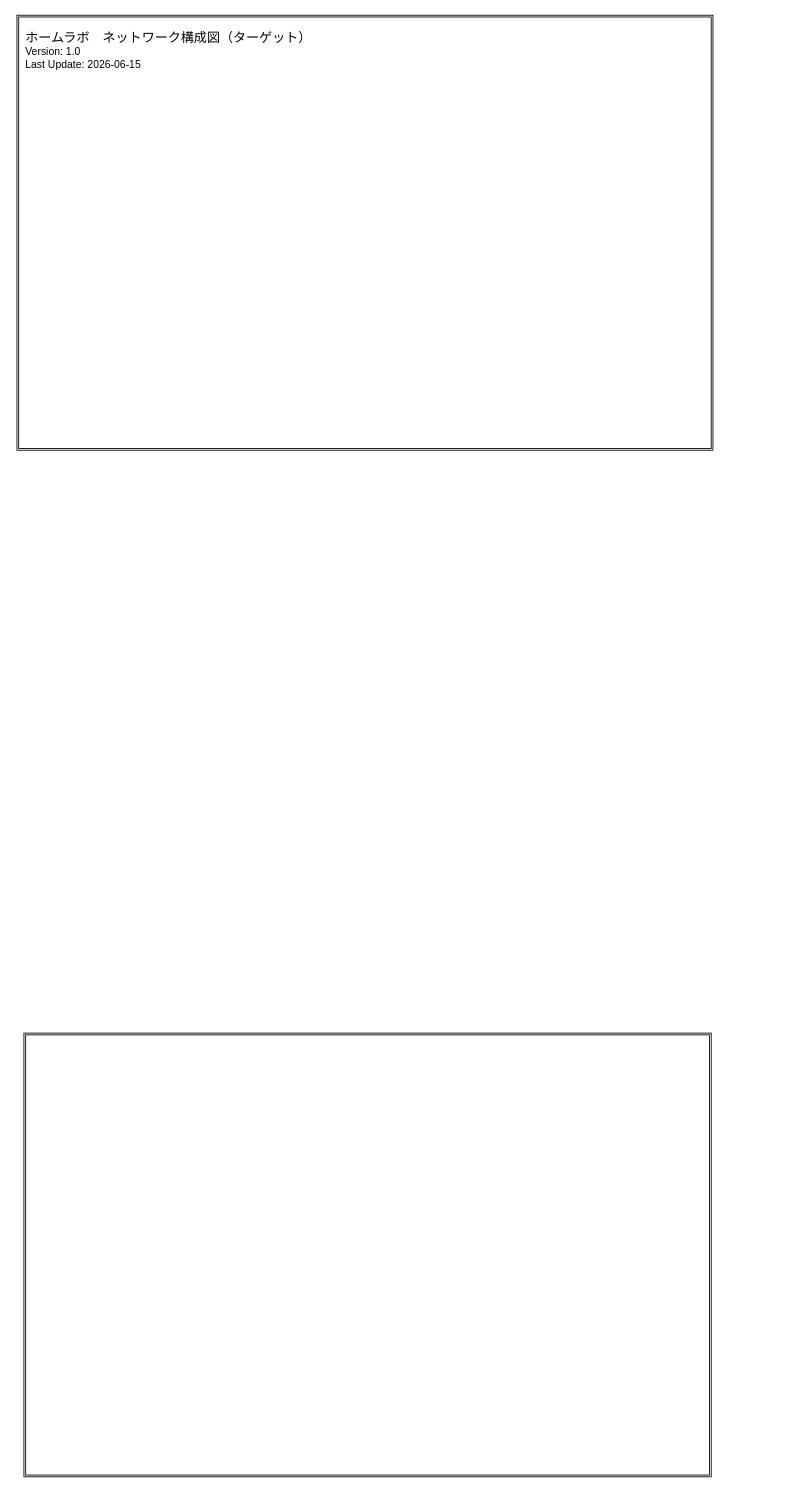
Earlier version of the draw.io diagram target-network.drawio (tkt0528/homelab). Source tidied: cells renumbered, new cells numbered last; positions are measured from the earlier drawing's top-left corner, leaving out a move shared by most shapes. Both pictures are drawn from the tidied source at 87%, with x=0, y=0 at pixel (17, 15).
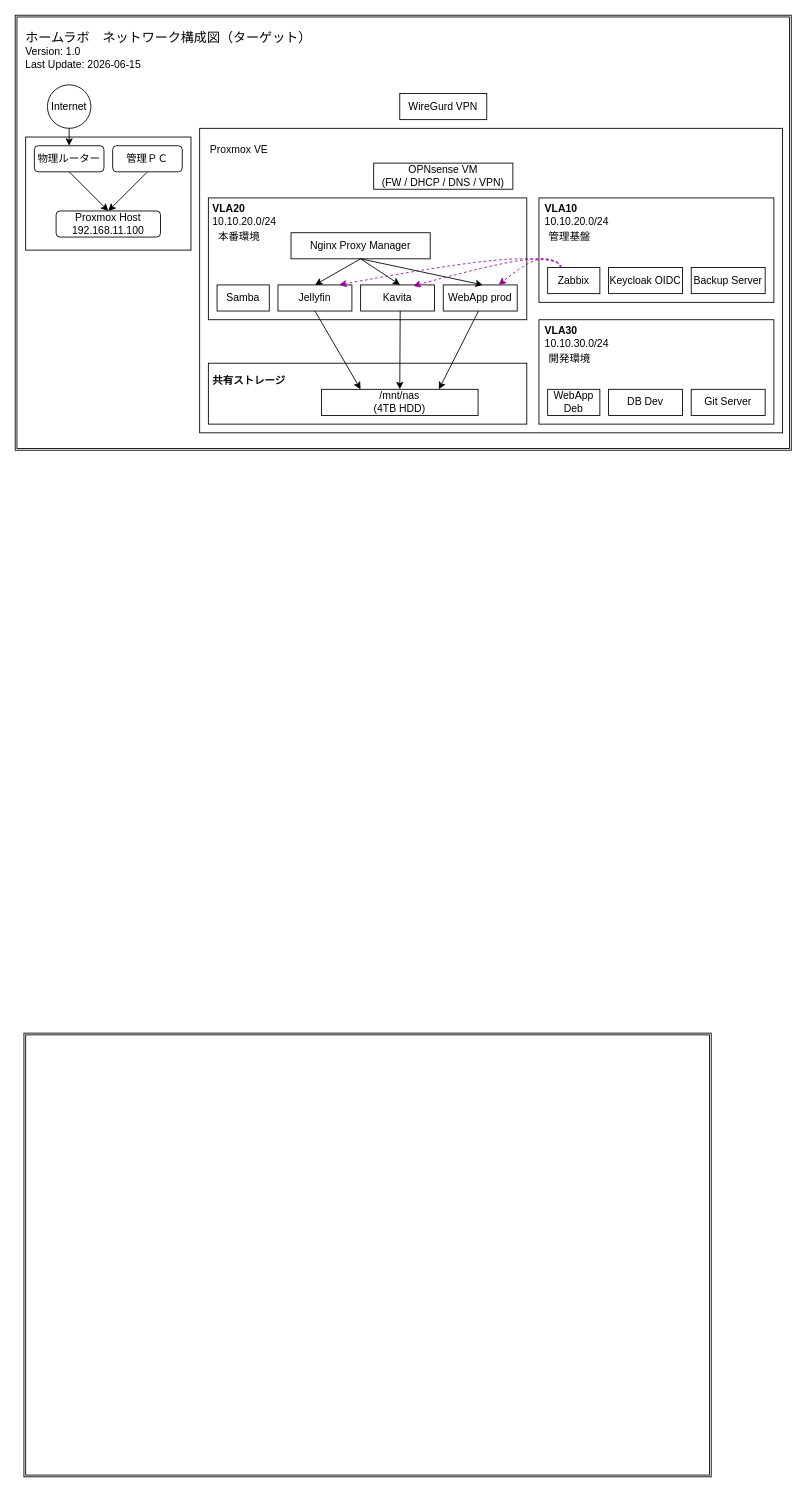
Above is the later version.

Commit message:
Add target network diagrams

The edit, as a diff of the source:
```diff
@@
     <mxCell id="2" style="shape=ext;double=1;rounded=0;whiteSpace=wrap;html=1;" parent="1" vertex="1">
-      <mxGeometry width="800" height="500" as="geometry" />
+      <mxGeometry x="-2" width="892" height="500" as="geometry" />
     </mxCell>
@@
+    <mxCell id="5" value="Internet" style="ellipse;whiteSpace=wrap;html=1;" parent="1" vertex="1">
+      <mxGeometry x="35" y="80" width="50" height="50" as="geometry" />
+    </mxCell>
+    <mxCell id="6" style="rounded=0;whiteSpace=wrap;html=1;" parent="1" vertex="1">
+      <mxGeometry x="10" y="140" width="190" height="130" as="geometry" />
+    </mxCell>
+    <mxCell id="7" value="物理ルーター" style="rounded=1;whiteSpace=wrap;html=1;" parent="1" vertex="1">
+      <mxGeometry x="20" y="150" width="80" height="30" as="geometry" />
+    </mxCell>
+    <mxCell id="8" value="管理ＰＣ" style="rounded=1;whiteSpace=wrap;html=1;" parent="1" vertex="1">
+      <mxGeometry x="110" y="150" width="80" height="30" as="geometry" />
+    </mxCell>
+    <mxCell id="9" value="Proxmox Host&lt;div&gt;192.168.11.100&lt;/div&gt;" style="rounded=1;whiteSpace=wrap;html=1;" parent="1" vertex="1">
+      <mxGeometry x="45" y="225" width="120" height="30" as="geometry" />
+    </mxCell>
+    <mxCell id="10" style="endArrow=classic;html=1;exitX=0.5;exitY=1;exitDx=0;exitDy=0;entryX=0.5;entryY=0;entryDx=0;entryDy=0;" parent="1" edge="1" source="5" target="7">
+      <mxGeometry relative="1" as="geometry" />
+    </mxCell>
+    <mxCell id="11" style="endArrow=classic;html=1;exitX=0.5;exitY=1;exitDx=0;exitDy=0;entryX=0.5;entryY=0;entryDx=0;entryDy=0;" parent="1" edge="1" target="9">
+      <mxGeometry relative="1" as="geometry">
+        <mxPoint x="60" y="180" as="sourcePoint" />
+      </mxGeometry>
+    </mxCell>
+    <mxCell id="12" style="endArrow=classic;html=1;exitX=0.5;exitY=1;exitDx=0;exitDy=0;entryX=0.5;entryY=0;entryDx=0;entryDy=0;" parent="1" edge="1" target="9">
+      <mxGeometry relative="1" as="geometry">
+        <mxPoint x="150" y="180" as="sourcePoint" />
+      </mxGeometry>
+    </mxCell>
+    <mxCell id="13" style="rounded=0;whiteSpace=wrap;html=1;" parent="1" vertex="1">
+      <mxGeometry x="210" y="130" width="670" height="350" as="geometry" />
+    </mxCell>
+    <mxCell id="14" value="WireGurd VPN" style="rounded=0;whiteSpace=wrap;html=1;" parent="1" vertex="1">
+      <mxGeometry x="440" y="90" width="100" height="30" as="geometry" />
+    </mxCell>
+    <mxCell id="15" value="Proxmox VE" style="text;html=1;align=center;verticalAlign=middle;strokeColor=none;fillColor=none;" parent="1" vertex="1">
+      <mxGeometry x="210" y="140" width="90" height="30" as="geometry" />
+    </mxCell>
+    <mxCell id="16" value="OPNsense VM&lt;div&gt;(FW / DHCP / DNS / VPN)&lt;/div&gt;" style="rounded=0;whiteSpace=wrap;html=1;" parent="1" vertex="1">
+      <mxGeometry x="410" y="170" width="160" height="30" as="geometry" />
+    </mxCell>
+    <mxCell id="17" style="rounded=0;whiteSpace=wrap;html=1;" parent="1" vertex="1">
+      <mxGeometry x="220" y="210" width="366" height="140" as="geometry" />
+    </mxCell>
+    <mxCell id="18" value="&lt;b&gt;VLA20&lt;/b&gt;&amp;nbsp;&lt;div&gt;10.10.20.0/24&lt;/div&gt;" style="text;html=1;align=left;verticalAlign=middle;strokeColor=none;fillColor=none;" parent="1" vertex="1">
+      <mxGeometry x="223" y="210" width="100" height="40" as="geometry" />
+    </mxCell>
+    <mxCell id="19" style="rounded=0;whiteSpace=wrap;html=1;" parent="1" vertex="1">
+      <mxGeometry x="600" y="210" width="270" height="120" as="geometry" />
+    </mxCell>
+    <mxCell id="20" value="&lt;b&gt;VLA10&lt;/b&gt;&lt;div&gt;10.10.20.0/24&lt;/div&gt;" style="text;html=1;align=left;verticalAlign=middle;strokeColor=none;fillColor=none;" parent="1" vertex="1">
+      <mxGeometry x="605" y="210" width="100" height="40" as="geometry" />
+    </mxCell>
+    <mxCell id="21" value="Nginx Proxy Manager" style="rounded=0;whiteSpace=wrap;html=1;" parent="1" vertex="1">
+      <mxGeometry x="315" y="250" width="160" height="30" as="geometry" />
+    </mxCell>
+    <mxCell id="22" value="WebApp prod" style="rounded=0;whiteSpace=wrap;html=1;" parent="1" vertex="1">
+      <mxGeometry x="490" y="310" width="85" height="30" as="geometry" />
+    </mxCell>
+    <mxCell id="23" value="Kavita" style="rounded=0;whiteSpace=wrap;html=1;" parent="1" vertex="1">
+      <mxGeometry x="395" y="310" width="85" height="30" as="geometry" />
+    </mxCell>
+    <mxCell id="24" value="Jellyfin" style="rounded=0;whiteSpace=wrap;html=1;" parent="1" vertex="1">
+      <mxGeometry x="300" y="310" width="85" height="30" as="geometry" />
+    </mxCell>
+    <mxCell id="25" value="Samba" style="rounded=0;whiteSpace=wrap;html=1;" parent="1" vertex="1">
+      <mxGeometry x="230" y="310" width="60" height="30" as="geometry" />
+    </mxCell>
+    <mxCell id="26" style="endArrow=classic;html=1;exitX=0.5;exitY=1;exitDx=0;exitDy=0;entryX=0.5;entryY=0;entryDx=0;entryDy=0;" parent="1" edge="1" source="21" target="24">
+      <mxGeometry relative="1" as="geometry" />
+    </mxCell>
+    <mxCell id="27" style="endArrow=classic;html=1;exitX=0.5;exitY=1;exitDx=0;exitDy=0;entryX=0.5;entryY=0;entryDx=0;entryDy=0;" parent="1" edge="1" source="21">
+      <mxGeometry relative="1" as="geometry">
+        <mxPoint x="440.5" y="310" as="targetPoint" />
+      </mxGeometry>
+    </mxCell>
+    <mxCell id="28" style="endArrow=classic;html=1;exitX=0.5;exitY=1;exitDx=0;exitDy=0;entryX=0.5;entryY=0;entryDx=0;entryDy=0;" parent="1" edge="1" source="21">
+      <mxGeometry relative="1" as="geometry">
+        <mxPoint x="535.5" y="310" as="targetPoint" />
+      </mxGeometry>
+    </mxCell>
+    <mxCell id="29" value="Zabbix" style="rounded=0;whiteSpace=wrap;html=1;" parent="1" vertex="1">
+      <mxGeometry x="610" y="290" width="60" height="30" as="geometry" />
+    </mxCell>
+    <mxCell id="30" value="Keycloak OIDC" style="rounded=0;whiteSpace=wrap;html=1;" parent="1" vertex="1">
+      <mxGeometry x="680" y="290" width="85" height="30" as="geometry" />
+    </mxCell>
+    <mxCell id="31" value="Backup Server" style="rounded=0;whiteSpace=wrap;html=1;" parent="1" vertex="1">
+      <mxGeometry x="775" y="290" width="85" height="30" as="geometry" />
+    </mxCell>
+    <mxCell id="32" value="本番環境" style="text;html=1;align=center;verticalAlign=middle;strokeColor=none;fillColor=none;" parent="1" vertex="1">
+      <mxGeometry x="220" y="240" width="70" height="30" as="geometry" />
+    </mxCell>
+    <mxCell id="33" value="管理基盤" style="text;html=1;align=center;verticalAlign=middle;strokeColor=none;fillColor=none;" parent="1" vertex="1">
+      <mxGeometry x="600" y="240" width="70" height="30" as="geometry" />
+    </mxCell>
+    <mxCell id="34" style="rounded=0;whiteSpace=wrap;html=1;" parent="1" vertex="1">
+      <mxGeometry x="600" y="350" width="270" height="120" as="geometry" />
+    </mxCell>
+    <mxCell id="35" value="&lt;b&gt;VLA30&lt;/b&gt;&lt;div&gt;10.10.30.0/24&lt;/div&gt;" style="text;html=1;align=left;verticalAlign=middle;strokeColor=none;fillColor=none;" parent="1" vertex="1">
+      <mxGeometry x="605" y="350" width="100" height="40" as="geometry" />
+    </mxCell>
+    <mxCell id="36" value="開発環境" style="text;html=1;align=center;verticalAlign=middle;strokeColor=none;fillColor=none;" parent="1" vertex="1">
+      <mxGeometry x="600" y="380" width="70" height="30" as="geometry" />
+    </mxCell>
+    <mxCell id="37" value="WebApp Deb" style="rounded=0;whiteSpace=wrap;html=1;" parent="1" vertex="1">
+      <mxGeometry x="610" y="430" width="60" height="30" as="geometry" />
+    </mxCell>
+    <mxCell id="38" value="DB Dev" style="rounded=0;whiteSpace=wrap;html=1;" parent="1" vertex="1">
+      <mxGeometry x="680" y="430" width="85" height="30" as="geometry" />
+    </mxCell>
+    <mxCell id="39" value="Git Server" style="rounded=0;whiteSpace=wrap;html=1;" parent="1" vertex="1">
+      <mxGeometry x="775" y="430" width="85" height="30" as="geometry" />
+    </mxCell>
+    <mxCell id="40" style="rounded=0;whiteSpace=wrap;html=1;" parent="1" vertex="1">
+      <mxGeometry x="220" y="400" width="366" height="70" as="geometry" />
+    </mxCell>
+    <mxCell id="41" value="&lt;b&gt;共有ストレージ&lt;/b&gt;" style="text;html=1;align=left;verticalAlign=middle;strokeColor=none;fillColor=none;" parent="1" vertex="1">
+      <mxGeometry x="223" y="405" width="110" height="30" as="geometry" />
+    </mxCell>
+    <mxCell id="42" value="/mnt/nas&lt;div&gt;(4TB HDD)&lt;/div&gt;" style="rounded=0;whiteSpace=wrap;html=1;" parent="1" vertex="1">
+      <mxGeometry x="350" y="430" width="180" height="30" as="geometry" />
+    </mxCell>
+    <mxCell id="43" style="endArrow=classic;html=1;entryX=0.25;entryY=0;entryDx=0;entryDy=0;exitX=0.5;exitY=1;exitDx=0;exitDy=0;" parent="1" edge="1" source="24" target="42">
+      <mxGeometry relative="1" as="geometry" />
+    </mxCell>
+    <mxCell id="44" style="endArrow=classic;html=1;entryX=0.5;entryY=0;entryDx=0;entryDy=0;exitX=0.5;exitY=1;exitDx=0;exitDy=0;" parent="1" edge="1" target="42">
+      <mxGeometry relative="1" as="geometry">
+        <mxPoint x="440.5" y="340" as="sourcePoint" />
+      </mxGeometry>
+    </mxCell>
+    <mxCell id="45" style="endArrow=classic;html=1;entryX=0.75;entryY=0;entryDx=0;entryDy=0;exitX=0.5;exitY=1;exitDx=0;exitDy=0;" parent="1" edge="1" target="42">
+      <mxGeometry relative="1" as="geometry">
+        <mxPoint x="530.5" y="340" as="sourcePoint" />
+      </mxGeometry>
+    </mxCell>
+    <mxCell id="46" style="curved=1;endArrow=classic;html=1;exitX=0.25;exitY=0;exitDx=0;exitDy=0;entryX=0.827;entryY=0;entryDx=0;entryDy=0;entryPerimeter=0;dashed=1;strokeColor=#990099;" parent="1" edge="1" source="29" target="24">
+      <mxGeometry relative="1" as="geometry">
+        <Array as="points">
+          <mxPoint x="627.5" y="280" />
+          <mxPoint x="530" y="280" />
+        </Array>
+      </mxGeometry>
+    </mxCell>
+    <mxCell id="47" style="curved=1;endArrow=classic;html=1;exitX=0.25;exitY=0;exitDx=0;exitDy=0;entryX=0.711;entryY=0.038;entryDx=0;entryDy=0;entryPerimeter=0;dashed=1;strokeColor=#990099;" parent="1" edge="1" source="29" target="23">
+      <mxGeometry relative="1" as="geometry">
+        <Array as="points">
+          <mxPoint x="625" y="280" />
+          <mxPoint x="569.7" y="280" />
+        </Array>
+      </mxGeometry>
+    </mxCell>
+    <mxCell id="48" style="curved=1;endArrow=classic;html=1;exitX=0.25;exitY=0;exitDx=0;exitDy=0;entryX=0.75;entryY=0;entryDx=0;entryDy=0;dashed=1;strokeColor=#990099;" parent="1" edge="1" source="29" target="22">
+      <mxGeometry relative="1" as="geometry">
+        <Array as="points">
+          <mxPoint x="620" y="280" />
+          <mxPoint x="590" y="280" />
+        </Array>
+      </mxGeometry>
+    </mxCell>
```
